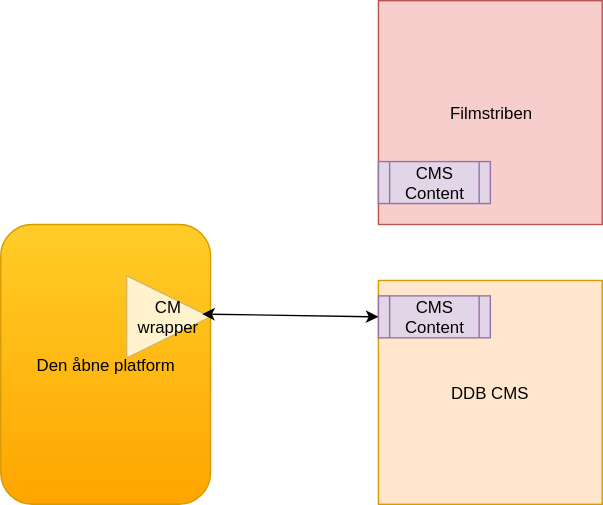
danskernesdigitalebibliotek/public keeps this draw.io diagram as CMScontent_wrapper.svg. Above is the earlier version. Source tidied: cells renumbered, new cells last; positions are measured from the earlier drawing's top-left corner, leaving out a move shared by most shapes.
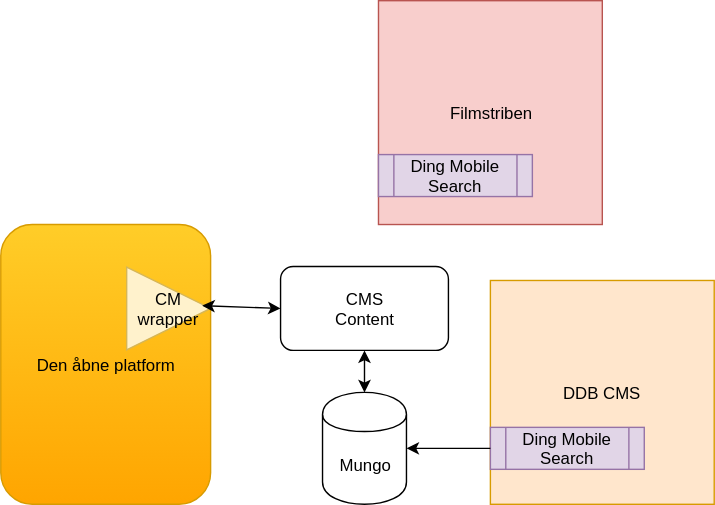
After the change.

Change to the diagram source:
```diff
@@ -6,25 +6,40 @@
       <mxGeometry y="160" width="150" height="200" as="geometry" />
     </mxCell>
     <mxCell id="3" value="CM&lt;br&gt;wrapper" style="triangle;whiteSpace=wrap;html=1;fillColor=#fff2cc;strokeColor=#d6b656;" parent="2" vertex="1">
-      <mxGeometry x="90" y="36.5" width="60" height="59.1" as="geometry" />
+      <mxGeometry x="90" y="30.5" width="60" height="59.1" as="geometry" />
     </mxCell>
-    <mxCell id="4" value="DDB CMS" style="whiteSpace=wrap;html=1;fillColor=#ffe6cc;strokeColor=#d79b00;" parent="1" vertex="1">
-      <mxGeometry x="270" y="200" width="160" height="160" as="geometry" />
-    </mxCell>
     <mxCell id="5" value="Filmstriben" style="whiteSpace=wrap;html=1;fillColor=#f8cecc;strokeColor=#b85450;" parent="1" vertex="1">
       <mxGeometry x="270" width="160" height="160" as="geometry" />
     </mxCell>
-    <mxCell id="6" value="CMS&lt;br&gt;Content" style="shape=process;whiteSpace=wrap;html=1;fillColor=#e1d5e7;strokeColor=#9673a6;" parent="1" vertex="1">
-      <mxGeometry x="270" y="211" width="80" height="30" as="geometry" />
-    </mxCell>
-    <mxCell id="7" value="CMS&lt;br&gt;Content" style="shape=process;whiteSpace=wrap;html=1;fillColor=#e1d5e7;strokeColor=#9673a6;" parent="1" vertex="1">
-      <mxGeometry x="270" y="115" width="80" height="30" as="geometry" />
-    </mxCell>
-    <mxCell id="8" style="endArrow=classic;startArrow=classic;html=1;entryX=0;entryY=0.5;exitX=0.9;exitY=0.468;exitPerimeter=0;" parent="1" edge="1" source="3" target="6">
+    <mxCell id="8" style="endArrow=classic;startArrow=classic;html=1;entryX=0;entryY=0.5;exitX=0.9;exitY=0.468;exitPerimeter=0;" parent="1" edge="1" source="3" target="7">
       <mxGeometry relative="1" as="geometry" />
     </mxCell>
-    <mxCell id="9" style="edgeStyle=orthogonalEdgeStyle;rounded=0;html=1;exitX=0.5;exitY=1;entryX=0.5;entryY=1;jettySize=auto;orthogonalLoop=1;fillColor=#e1d5e7;strokeColor=#9673a6;" parent="1" edge="1" source="7" target="7">
-      <mxGeometry relative="1" as="geometry" />
+    <mxCell id="9" style="edgeStyle=orthogonalEdgeStyle;rounded=0;html=1;exitX=0.5;exitY=1;entryX=0.5;entryY=1;jettySize=auto;orthogonalLoop=1;fillColor=#e1d5e7;strokeColor=#9673a6;" parent="1" edge="1">
+      <mxGeometry relative="1" as="geometry">
+        <mxPoint x="310" y="145" as="sourcePoint" />
+        <mxPoint x="310" y="145" as="targetPoint" />
+      </mxGeometry>
     </mxCell>
+    <mxCell id="10" value="Mungo" style="shape=cylinder;whiteSpace=wrap;html=1;boundedLbl=1;" parent="1" vertex="1">
+      <mxGeometry x="230" y="280" width="60" height="80" as="geometry" />
+    </mxCell>
+    <mxCell id="7" value="&lt;span&gt;CMS&lt;/span&gt;&lt;br&gt;&lt;span&gt;Content&lt;/span&gt;" style="rounded=1;whiteSpace=wrap;html=1;" parent="1" vertex="1">
+      <mxGeometry x="200" y="190" width="120" height="60" as="geometry" />
+    </mxCell>
+    <mxCell id="4" value="DDB CMS" style="whiteSpace=wrap;html=1;fillColor=#ffe6cc;strokeColor=#d79b00;" parent="1" vertex="1">
+      <mxGeometry x="350" y="200" width="160" height="160" as="geometry" />
+    </mxCell>
+    <mxCell id="6" value="Ding Mobile Search" style="shape=process;whiteSpace=wrap;html=1;fillColor=#e1d5e7;strokeColor=#9673a6;" parent="1" vertex="1">
+      <mxGeometry x="350" y="305" width="110" height="30" as="geometry" />
+    </mxCell>
+    <mxCell id="11" style="endArrow=classic;html=1;exitX=0;exitY=0.5;entryX=1;entryY=0.5;" parent="1" edge="1" source="6" target="10">
+      <mxGeometry relative="1" as="geometry" />
+    </mxCell>
+    <mxCell id="12" value="Ding Mobile Search" style="shape=process;whiteSpace=wrap;html=1;fillColor=#e1d5e7;strokeColor=#9673a6;" parent="1" vertex="1">
+      <mxGeometry x="270" y="110" width="110" height="30" as="geometry" />
+    </mxCell>
+    <mxCell id="13" style="endArrow=classic;startArrow=classic;html=1;entryX=0.5;entryY=1;exitX=0.5;exitY=0;" parent="1" edge="1" source="10" target="7">
+      <mxGeometry relative="1" as="geometry" />
+    </mxCell>
   </root>
 </mxGraphModel>
```
